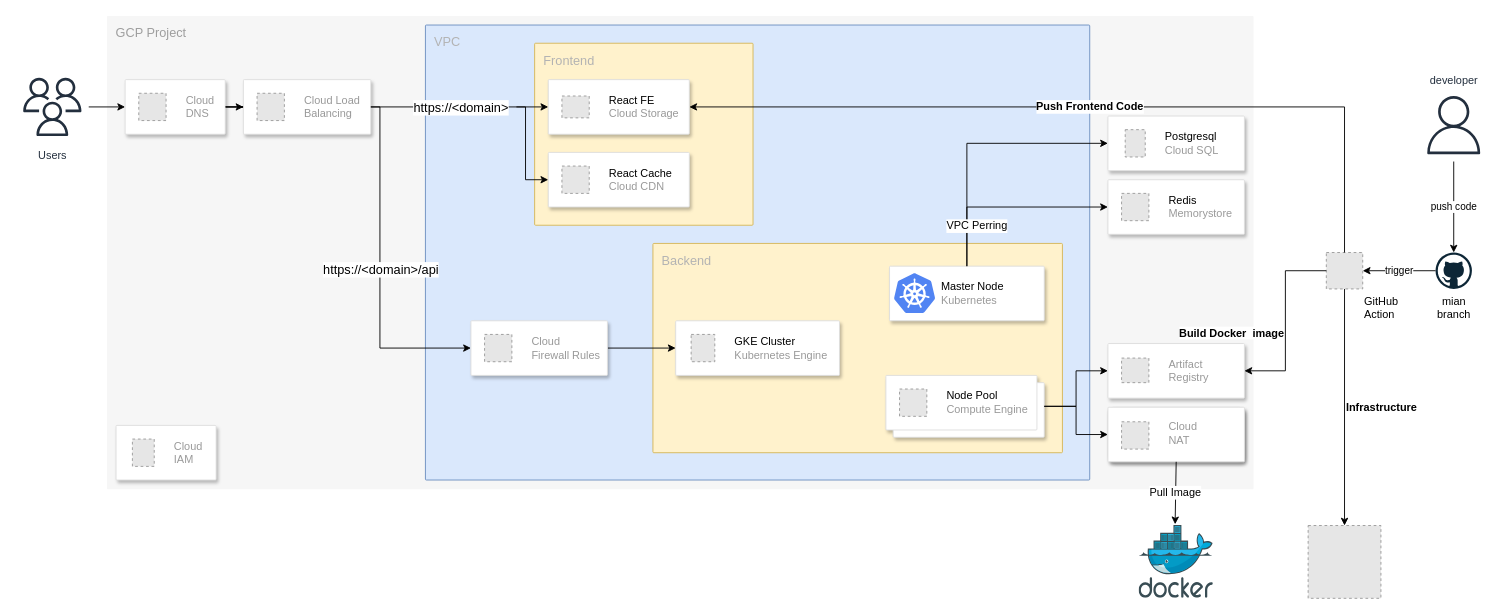
Earlier version of the draw.io diagram docs/architecture.drawio (RulerChen/LoginHub). Source tidied: cells renumbered, new cells numbered last; positions are measured from the earlier drawing's top-left corner, leaving out a move shared by most shapes. Both pictures are drawn from the tidied source at 91%, with x=0, y=0 at pixel (15, 15). Pictures stored in the file or linked from it are replaced by grey dashed boxes.
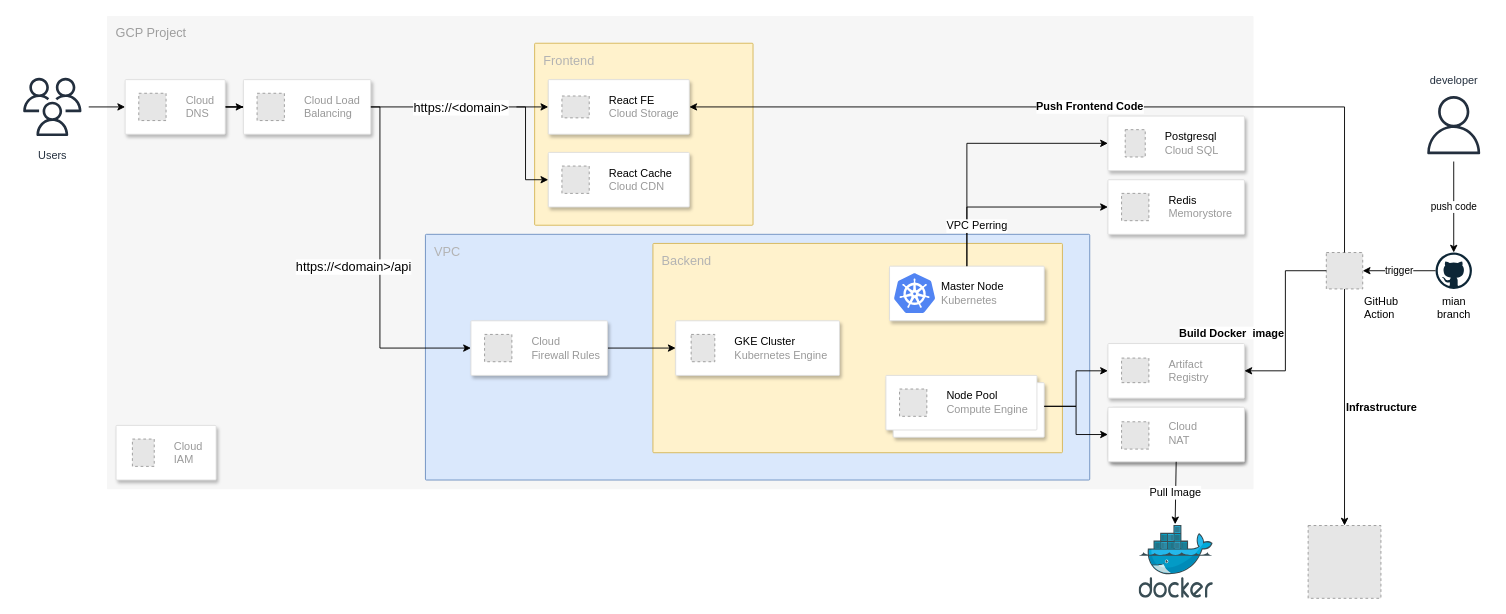
The same diagram, later.

The change refers to these unchanged cells:
```xml
<mxCell id="10" style="strokeColor=#dddddd;shadow=1;strokeWidth=1;rounded=1;absoluteArcSize=1;arcSize=2;" parent="1" vertex="1">
  <mxGeometry x="250" y="70" width="140" height="60" as="geometry" />
</mxCell>
<mxCell id="58" style="strokeColor=#dddddd;shadow=1;strokeWidth=1;rounded=1;absoluteArcSize=1;arcSize=2;" parent="1" vertex="1">
  <mxGeometry x="500" y="335" width="150" height="60" as="geometry" />
</mxCell>
```

Change to the diagram source:
```diff
@@
     <mxCell id="13" value="&lt;font color=&quot;#b3b3b3&quot;&gt;&lt;span style=&quot;font-size: 14px;&quot;&gt;VPC&lt;/span&gt;&lt;/font&gt;" style="sketch=0;rounded=1;absoluteArcSize=1;arcSize=2;html=1;strokeColor=#6c8ebf;shadow=0;dashed=0;fontSize=12;align=left;verticalAlign=top;spacing=10;spacingTop=-4;whiteSpace=wrap;fillColor=#dae8fc;" parent="1" vertex="1">
-      <mxGeometry x="450" y="10" width="730" height="500" as="geometry" />
+      <mxGeometry x="450" y="240" width="730" height="270" as="geometry" />
     </mxCell>
@@
-    <mxCell id="24" style="endArrow=classic;html=1;rounded=0;exitX=1;exitY=0.5;exitDx=0;exitDy=0;fontSize=14;edgeStyle=orthogonalEdgeStyle;entryX=0;entryY=0.5;entryDx=0;entryDy=0;entryPerimeter=0;" parent="1" edge="1" source="10" target="58">
+    <mxCell id="24" style="endArrow=classic;html=1;rounded=0;exitX=1;exitY=0.5;exitDx=0;exitDy=0;fontSize=14;edgeStyle=orthogonalEdgeStyle;entryX=0;entryY=0.5;entryDx=0;entryDy=0;entryPerimeter=0;labelPosition=left;verticalLabelPosition=middle;align=right;verticalAlign=middle;" parent="1" edge="1" source="10" target="58">
       <mxGeometry relative="1" as="geometry">
         <Array as="points">
           <mxPoint x="400" y="100" />
           <mxPoint x="400" y="365" />
         </Array>
       </mxGeometry>
     </mxCell>
     <mxCell id="25" value="https://&amp;lt;domain&amp;gt;/api" style="edgeLabel;html=1;align=center;verticalAlign=middle;fontSize=14;" parent="24" vertex="1">
-      <mxGeometry relative="1" as="geometry" />
+      <mxGeometry relative="1" as="geometry">
+        <mxPoint x="-30" y="-3" as="offset" />
+      </mxGeometry>
     </mxCell>
```
